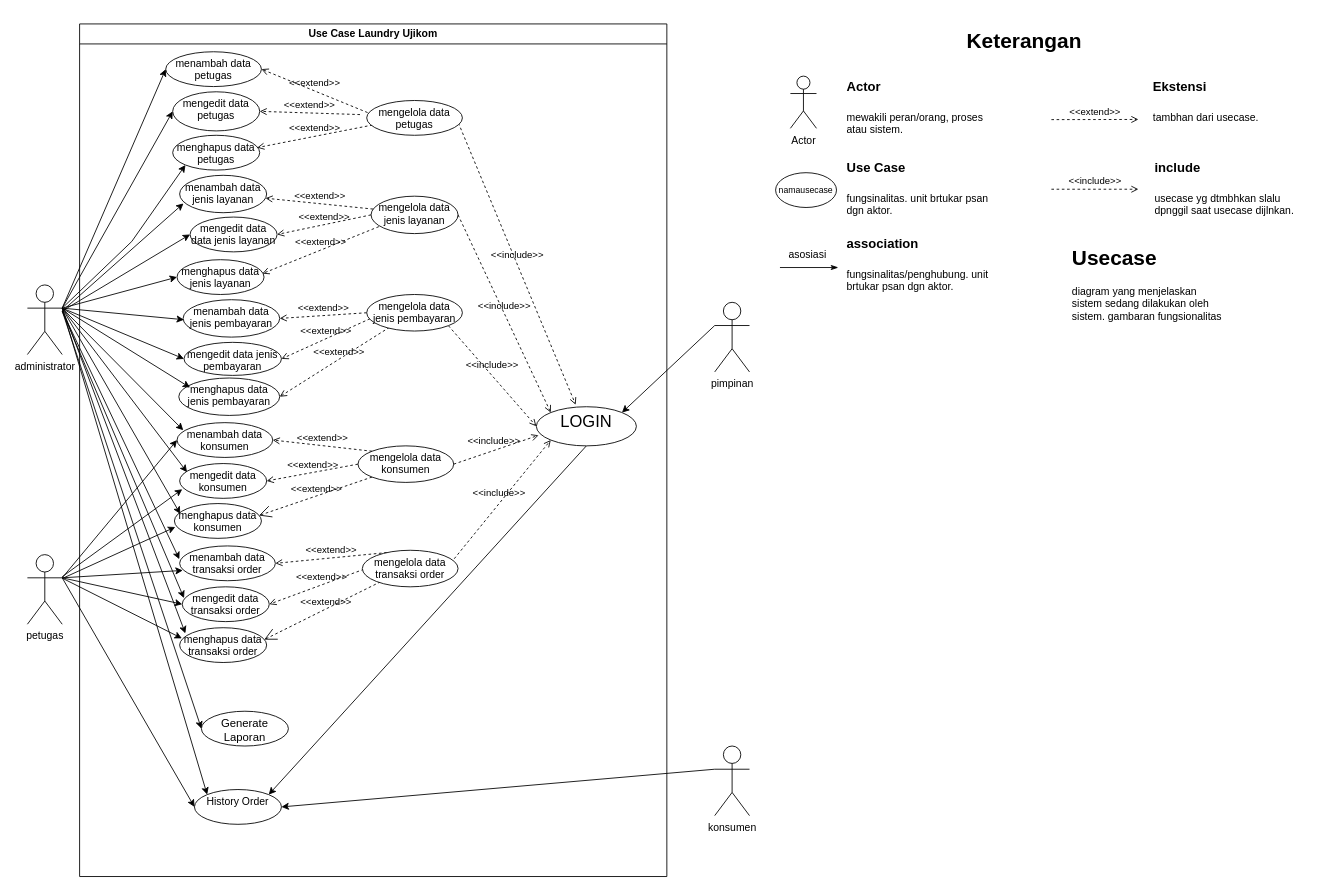
The draw.io diagram page "Usecase" (5 of 6) of Desain Ujikom.drawio in alditasptnsr/ujikom_aldita, before the edit. Source tidied: cells renumbered, new cells numbered last; positions are measured from the earlier drawing's top-left corner, leaving out a move shared by most shapes. Both pictures are drawn from the tidied source at 87%, with x=0, y=0 at pixel (27, 15).
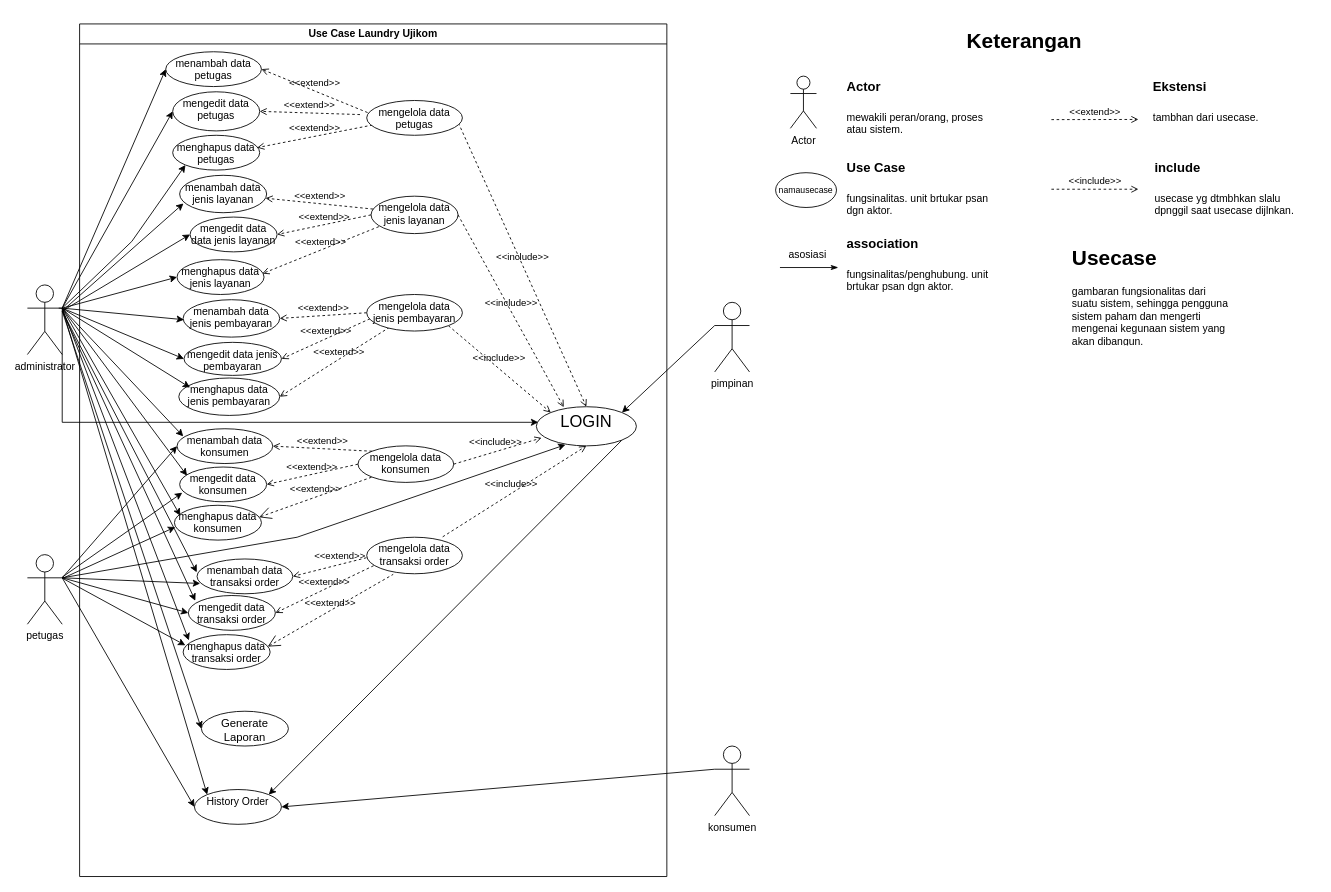
After the change.

The change refers to these unchanged cells:
```xml
<mxCell id="2" value="Use Case Laundry Ujikom" style="swimlane;whiteSpace=wrap;html=1;" parent="1" vertex="1">
  <mxGeometry x="60" y="10" width="675" height="980" as="geometry" />
</mxCell>
<mxCell id="11" value="&lt;font style=&quot;font-size: 19px;&quot;&gt;LOGIN&lt;/font&gt;" style="ellipse;whiteSpace=wrap;html=1;verticalAlign=top;" parent="2" vertex="1">
  <mxGeometry x="525" y="440" width="115" height="45" as="geometry" />
</mxCell>
<mxCell id="34" value="mengelola data jenis layanan" style="ellipse;whiteSpace=wrap;html=1;verticalAlign=top;" parent="2" vertex="1">
  <mxGeometry x="335" y="198" width="100" height="43" as="geometry" />
</mxCell>
<mxCell id="35" value="mengelola data jenis pembayaran" style="ellipse;whiteSpace=wrap;html=1;verticalAlign=top;" parent="2" vertex="1">
  <mxGeometry x="330" y="311" width="110" height="42" as="geometry" />
</mxCell>
<mxCell id="37" value="mengelola data konsumen" style="ellipse;whiteSpace=wrap;html=1;verticalAlign=top;" parent="2" vertex="1">
  <mxGeometry x="320" y="485" width="110" height="42" as="geometry" />
</mxCell>
<mxCell id="38" value="History Order" style="ellipse;whiteSpace=wrap;html=1;verticalAlign=top;" parent="2" vertex="1">
  <mxGeometry x="132" y="880" width="100" height="40" as="geometry" />
</mxCell>
<mxCell id="65" value="petugas" style="shape=umlActor;verticalLabelPosition=bottom;verticalAlign=top;html=1;outlineConnect=0;" parent="1" vertex="1">
  <mxGeometry y="620" width="40" height="80" as="geometry" />
</mxCell>
```

Change to the diagram source:
```diff
@@
     <mxCell id="8" value="menambah data konsumen" style="ellipse;whiteSpace=wrap;html=1;verticalAlign=top;" parent="2" vertex="1">
-      <mxGeometry x="112" y="458.3" width="110" height="40" as="geometry" />
+      <mxGeometry x="112" y="465.3" width="110" height="40" as="geometry" />
     </mxCell>
     <mxCell id="9" value="mengedit data konsumen" style="ellipse;whiteSpace=wrap;html=1;verticalAlign=top;" parent="2" vertex="1">
-      <mxGeometry x="115" y="505.3" width="100" height="40" as="geometry" />
+      <mxGeometry x="115" y="509.3" width="100" height="40" as="geometry" />
     </mxCell>
-    <mxCell id="10" style="rounded=0;jettySize=auto;html=1;entryX=1;entryY=0;entryDx=0;entryDy=0;exitX=0.5;exitY=1;exitDx=0;exitDy=0;" parent="2" edge="1" source="11" target="38">
+    <mxCell id="10" style="rounded=0;jettySize=auto;html=1;entryX=1;entryY=0;entryDx=0;entryDy=0;exitX=1;exitY=1;exitDx=0;exitDy=0;" parent="2" edge="1" source="11" target="38">
       <mxGeometry relative="1" as="geometry" />
     </mxCell>
@@
     <mxCell id="12" value="menghapus data konsumen" style="ellipse;whiteSpace=wrap;html=1;verticalAlign=top;" parent="2" vertex="1">
-      <mxGeometry x="109" y="551.3" width="100" height="40" as="geometry" />
+      <mxGeometry x="109" y="553.3" width="100" height="40" as="geometry" />
     </mxCell>
@@
-    <mxCell id="16" value="&amp;lt;&amp;lt;include&amp;gt;&amp;gt;" style="html=1;verticalAlign=bottom;labelBackgroundColor=none;endArrow=open;endFill=0;dashed=1;rounded=0;exitX=0.96;exitY=0.232;exitDx=0;exitDy=0;exitPerimeter=0;entryX=0;entryY=1;entryDx=0;entryDy=0;" parent="2" edge="1" source="45" target="11">
+    <mxCell id="16" value="&amp;lt;&amp;lt;include&amp;gt;&amp;gt;" style="html=1;verticalAlign=bottom;labelBackgroundColor=none;endArrow=open;endFill=0;dashed=1;rounded=0;exitX=0.794;exitY=-0.011;exitDx=0;exitDy=0;exitPerimeter=0;entryX=0.5;entryY=1;entryDx=0;entryDy=0;" parent="2" edge="1" source="45" target="11">
       <mxGeometry x="-0.04" y="2" relative="1" as="geometry" />
     </mxCell>
-    <mxCell id="17" value="&amp;lt;&amp;lt;include&amp;gt;&amp;gt;" style="html=1;verticalAlign=bottom;labelBackgroundColor=none;endArrow=open;endFill=0;dashed=1;rounded=0;exitX=1;exitY=1;exitDx=0;exitDy=0;entryX=0;entryY=0.5;entryDx=0;entryDy=0;" parent="2" edge="1" source="35" target="11">
+    <mxCell id="17" value="&amp;lt;&amp;lt;include&amp;gt;&amp;gt;" style="html=1;verticalAlign=bottom;labelBackgroundColor=none;endArrow=open;endFill=0;dashed=1;rounded=0;exitX=1;exitY=1;exitDx=0;exitDy=0;entryX=0;entryY=0;entryDx=0;entryDy=0;" parent="2" edge="1" source="35" target="11">
       <mxGeometry x="-0.04" y="2" relative="1" as="geometry" />
     </mxCell>
-    <mxCell id="18" value="&amp;lt;&amp;lt;include&amp;gt;&amp;gt;" style="html=1;verticalAlign=bottom;labelBackgroundColor=none;endArrow=open;endFill=0;dashed=1;rounded=0;entryX=0;entryY=0;entryDx=0;entryDy=0;exitX=1;exitY=0.5;exitDx=0;exitDy=0;" parent="2" edge="1" source="34" target="11">
+    <mxCell id="18" value="&amp;lt;&amp;lt;include&amp;gt;&amp;gt;" style="html=1;verticalAlign=bottom;labelBackgroundColor=none;endArrow=open;endFill=0;dashed=1;rounded=0;entryX=0.274;entryY=0.012;entryDx=0;entryDy=0;exitX=1;exitY=0.5;exitDx=0;exitDy=0;entryPerimeter=0;" parent="2" edge="1" source="34" target="11">
       <mxGeometry relative="1" as="geometry" />
     </mxCell>
-    <mxCell id="19" value="&amp;lt;&amp;lt;include&amp;gt;&amp;gt;" style="html=1;verticalAlign=bottom;labelBackgroundColor=none;endArrow=open;endFill=0;dashed=1;rounded=0;exitX=0.962;exitY=0.75;exitDx=0;exitDy=0;exitPerimeter=0;entryX=0.393;entryY=-0.05;entryDx=0;entryDy=0;entryPerimeter=0;" parent="2" edge="1" target="11">
+    <mxCell id="19" value="&amp;lt;&amp;lt;include&amp;gt;&amp;gt;" style="html=1;verticalAlign=bottom;labelBackgroundColor=none;endArrow=open;endFill=0;dashed=1;rounded=0;exitX=0.962;exitY=0.75;exitDx=0;exitDy=0;exitPerimeter=0;entryX=0.5;entryY=0;entryDx=0;entryDy=0;" parent="2" edge="1" target="11">
       <mxGeometry relative="1" as="geometry">
         <mxPoint x="435.4" y="113.8" as="sourcePoint" />
       </mxGeometry>
     </mxCell>
@@
     <mxCell id="39" value="menambah data transaksi order" style="ellipse;whiteSpace=wrap;html=1;verticalAlign=top;" parent="2" vertex="1">
-      <mxGeometry x="115" y="600" width="110" height="40" as="geometry" />
+      <mxGeometry x="135" y="615" width="110" height="40" as="geometry" />
     </mxCell>
     <mxCell id="40" value="mengedit data transaksi order" style="ellipse;whiteSpace=wrap;html=1;verticalAlign=top;" parent="2" vertex="1">
-      <mxGeometry x="118" y="647" width="100" height="40" as="geometry" />
+      <mxGeometry x="125" y="657" width="100" height="40" as="geometry" />
     </mxCell>
     <mxCell id="41" value="menghapus data transaksi order" style="ellipse;whiteSpace=wrap;html=1;verticalAlign=top;" parent="2" vertex="1">
-      <mxGeometry x="115" y="694" width="100" height="40" as="geometry" />
+      <mxGeometry x="119" y="702" width="100" height="40" as="geometry" />
     </mxCell>
@@
-    <mxCell id="44" value="&amp;lt;&amp;lt;extend&amp;gt;&amp;gt;" style="edgeStyle=none;html=1;startArrow=open;endArrow=none;startSize=12;verticalAlign=bottom;dashed=1;labelBackgroundColor=none;rounded=0;entryX=0;entryY=1;entryDx=0;entryDy=0;exitX=0.972;exitY=0.343;exitDx=0;exitDy=0;exitPerimeter=0;" parent="2" edge="1" source="41">
-      <mxGeometry relative="1" as="geometry">
-        <mxPoint x="353" y="637.7" as="targetPoint" />
-      </mxGeometry>
+    <mxCell id="44" value="&amp;lt;&amp;lt;extend&amp;gt;&amp;gt;" style="edgeStyle=none;html=1;startArrow=open;endArrow=none;startSize=12;verticalAlign=bottom;dashed=1;labelBackgroundColor=none;rounded=0;entryX=0.277;entryY=1.016;entryDx=0;entryDy=0;exitX=0.972;exitY=0.343;exitDx=0;exitDy=0;exitPerimeter=0;entryPerimeter=0;" parent="2" edge="1" source="41" target="45">
+      <mxGeometry relative="1" as="geometry" />
     </mxCell>
     <mxCell id="45" value="mengelola data transaksi order" style="ellipse;whiteSpace=wrap;html=1;verticalAlign=top;" parent="2" vertex="1">
-      <mxGeometry x="325" y="605" width="110" height="42" as="geometry" />
+      <mxGeometry x="330" y="590" width="110" height="42" as="geometry" />
     </mxCell>
-    <mxCell id="46" value="&amp;lt;&amp;lt;include&amp;gt;&amp;gt;" style="html=1;verticalAlign=bottom;labelBackgroundColor=none;endArrow=open;endFill=0;dashed=1;rounded=0;exitX=1;exitY=0.5;exitDx=0;exitDy=0;entryX=0.022;entryY=0.73;entryDx=0;entryDy=0;entryPerimeter=0;" parent="2" edge="1" source="37" target="11">
+    <mxCell id="46" value="&amp;lt;&amp;lt;include&amp;gt;&amp;gt;" style="html=1;verticalAlign=bottom;labelBackgroundColor=none;endArrow=open;endFill=0;dashed=1;rounded=0;exitX=1;exitY=0.5;exitDx=0;exitDy=0;entryX=0.053;entryY=0.796;entryDx=0;entryDy=0;entryPerimeter=0;" parent="2" edge="1" source="37" target="11">
       <mxGeometry x="-0.04" y="2" relative="1" as="geometry" />
     </mxCell>
@@
-    <mxCell id="48" style="rounded=0;orthogonalLoop=1;jettySize=auto;html=1;entryX=-0.003;entryY=0.383;entryDx=0;entryDy=0;entryPerimeter=0;" parent="2" edge="1">
+    <mxCell id="48" style="rounded=0;jettySize=auto;html=1;entryX=0.08;entryY=0.152;entryDx=0;entryDy=0;entryPerimeter=0;" parent="2" edge="1" target="40">
       <mxGeometry relative="1" as="geometry">
         <mxPoint x="-20" y="330" as="sourcePoint" />
-        <mxPoint x="120" y="660" as="targetPoint" />
       </mxGeometry>
     </mxCell>
@@
+    <mxCell id="91" style="edgeStyle=orthogonalEdgeStyle;rounded=0;jettySize=auto;html=1;exitX=1;exitY=0.3333333333333333;exitDx=0;exitDy=0;exitPerimeter=0;entryX=0.02;entryY=0.398;entryDx=0;entryDy=0;entryPerimeter=0;" parent="1" edge="1" target="11">
+      <mxGeometry relative="1" as="geometry">
+        <mxPoint x="36" y="336.7" as="sourcePoint" />
+        <Array as="points">
+          <mxPoint x="40" y="337" />
+          <mxPoint x="40" y="468" />
+        </Array>
+      </mxGeometry>
+    </mxCell>
@@
+    <mxCell id="92" style="rounded=0;jettySize=auto;html=1;exitX=1;exitY=0.3333333333333333;exitDx=0;exitDy=0;exitPerimeter=0;entryX=0.291;entryY=0.97;entryDx=0;entryDy=0;entryPerimeter=0;" parent="1" edge="1" source="65" target="11">
+      <mxGeometry relative="1" as="geometry">
+        <Array as="points">
+          <mxPoint x="310" y="600" />
+        </Array>
+      </mxGeometry>
+    </mxCell>
@@
-    <mxCell id="90" value="&lt;h1&gt;Usecase&lt;/h1&gt;&lt;p&gt;diagram yang menjelaskan&amp;nbsp; sistem sedang dilakukan oleh sistem. gambaran fungsionalitas&lt;/p&gt;" style="text;html=1;strokeColor=none;fillColor=none;spacing=5;spacingTop=-20;whiteSpace=wrap;overflow=hidden;rounded=0;" parent="1" vertex="1">
+    <mxCell id="90" value="&lt;h1&gt;Usecase&lt;/h1&gt;&lt;p&gt;gambaran fungsionalitas dari suatu sistem, sehingga pengguna sistem paham dan mengerti mengenai kegunaan sistem yang akan dibangun.&lt;/p&gt;" style="text;html=1;strokeColor=none;fillColor=none;spacing=5;spacingTop=-20;whiteSpace=wrap;overflow=hidden;rounded=0;" parent="1" vertex="1">
       <mxGeometry x="1196" y="260" width="190" height="120" as="geometry" />
     </mxCell>
```
